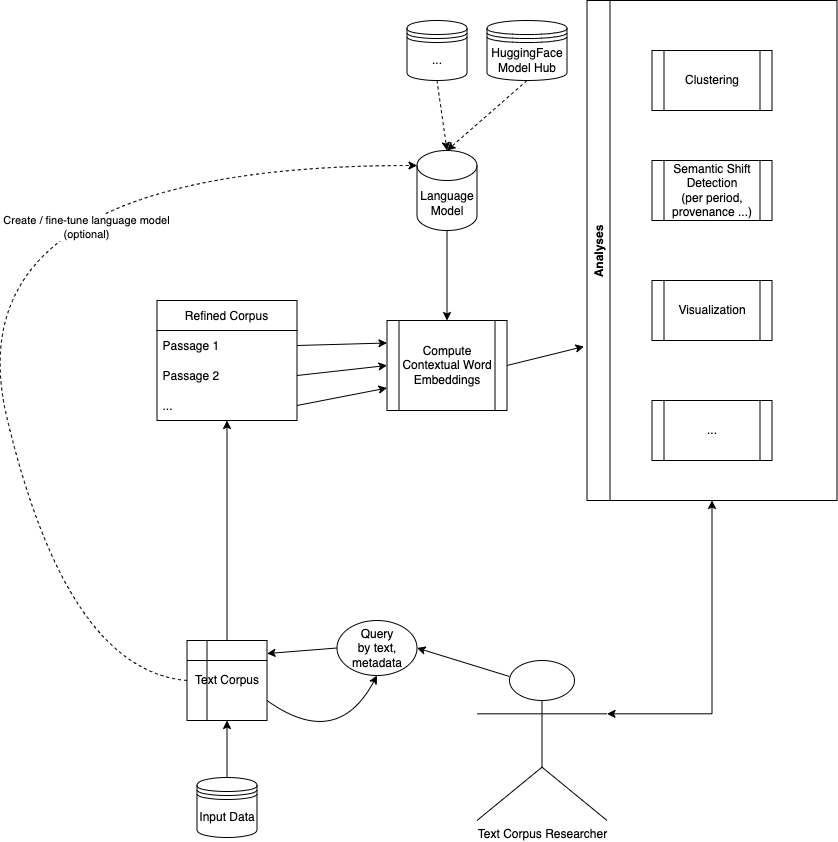
The draw.io diagram docs/workflow.png in Semantics-of-Sustainability/tempo-embeddings, before a commit. Source tidied: cells renumbered, new cells last; positions are measured from the earlier drawing's top-left corner, leaving out a move shared by most shapes. Source of this version:
```xml
<mxGraphModel>
  <root>
    <mxCell id="0" />
    <mxCell id="1" parent="0" />
    <mxCell id="2" value="Refined Corpus" style="swimlane;fontStyle=0;horizontal=1;startSize=30;" parent="1" vertex="1">
      <mxGeometry x="210" y="300" width="140" height="120" as="geometry" />
    </mxCell>
    <mxCell id="3" value="Passage 1" style="text;strokeColor=none;fillColor=none;align=left;verticalAlign=middle;spacingLeft=4;spacingRight=4;overflow=hidden;points=[[0,0.5],[1,0.5]];portConstraint=eastwest;" parent="2" vertex="1">
      <mxGeometry y="30" width="140" height="30" as="geometry" />
    </mxCell>
    <mxCell id="4" value="Passage 2" style="text;strokeColor=none;fillColor=none;align=left;verticalAlign=middle;spacingLeft=4;spacingRight=4;overflow=hidden;points=[[0,0.5],[1,0.5]];portConstraint=eastwest;" parent="2" vertex="1">
      <mxGeometry y="60" width="140" height="30" as="geometry" />
    </mxCell>
    <mxCell id="5" value="..." style="text;strokeColor=none;fillColor=none;align=left;verticalAlign=middle;spacingLeft=4;spacingRight=4;overflow=hidden;points=[[0,0.5],[1,0.5]];portConstraint=eastwest;" parent="2" vertex="1">
      <mxGeometry y="90" width="140" height="30" as="geometry" />
    </mxCell>
    <mxCell id="6" value="Compute Contextual Word Embeddings" style="shape=process;whiteSpace=wrap;html=1;backgroundOutline=1;" parent="1" vertex="1">
      <mxGeometry x="440" y="320" width="120" height="90" as="geometry" />
    </mxCell>
    <mxCell id="7" style="endArrow=classic;html=1;rounded=0;exitX=1;exitY=0.5;exitDx=0;exitDy=0;entryX=0;entryY=0.25;entryDx=0;entryDy=0;" parent="1" edge="1" source="3" target="6">
      <mxGeometry relative="1" as="geometry" />
    </mxCell>
    <mxCell id="8" style="endArrow=classic;html=1;rounded=0;exitX=1;exitY=0.5;exitDx=0;exitDy=0;entryX=0;entryY=0.5;entryDx=0;entryDy=0;" parent="1" edge="1" source="4" target="6">
      <mxGeometry relative="1" as="geometry" />
    </mxCell>
    <mxCell id="9" style="endArrow=classic;html=1;rounded=0;exitX=1;exitY=0.5;exitDx=0;exitDy=0;entryX=0;entryY=0.75;entryDx=0;entryDy=0;" parent="1" edge="1" source="5" target="6">
      <mxGeometry relative="1" as="geometry" />
    </mxCell>
    <mxCell id="10" value="Analyses" style="swimlane;horizontal=0;" parent="1" vertex="1">
      <mxGeometry x="640" width="250" height="500" as="geometry" />
    </mxCell>
    <mxCell id="11" value="Clustering" style="shape=process;whiteSpace=wrap;html=1;backgroundOutline=1;" parent="10" vertex="1">
      <mxGeometry x="65" y="50" width="120" height="60" as="geometry" />
    </mxCell>
    <mxCell id="12" value="Visualization" style="shape=process;whiteSpace=wrap;html=1;backgroundOutline=1;" parent="10" vertex="1">
      <mxGeometry x="65" y="280" width="120" height="60" as="geometry" />
    </mxCell>
    <mxCell id="13" value="Semantic Shift Detection&lt;br&gt;(per period, provenance ...)" style="shape=process;whiteSpace=wrap;html=1;backgroundOutline=1;" parent="10" vertex="1">
      <mxGeometry x="65" y="160" width="120" height="60" as="geometry" />
    </mxCell>
    <mxCell id="14" value="..." style="shape=process;whiteSpace=wrap;html=1;backgroundOutline=1;" parent="10" vertex="1">
      <mxGeometry x="65" y="400" width="120" height="60" as="geometry" />
    </mxCell>
    <mxCell id="15" value="Text Corpus Researcher" style="shape=umlActor;verticalLabelPosition=bottom;verticalAlign=top;html=1;outlineConnect=0;" parent="1" vertex="1">
      <mxGeometry x="530" y="660" width="130" height="160" as="geometry" />
    </mxCell>
    <mxCell id="16" value="Text Corpus" style="shape=internalStorage;whiteSpace=wrap;html=1;backgroundOutline=1;" parent="1" vertex="1">
      <mxGeometry x="240" y="640" width="80" height="80" as="geometry" />
    </mxCell>
    <mxCell id="17" value="Query&lt;br&gt;by text, metadata" style="ellipse;whiteSpace=wrap;html=1;" parent="1" vertex="1">
      <mxGeometry x="390" y="620" width="80" height="55" as="geometry" />
    </mxCell>
    <mxCell id="18" style="endArrow=classic;html=1;rounded=0;exitX=0.25;exitY=0.1;exitDx=0;exitDy=0;exitPerimeter=0;entryX=1;entryY=0.5;entryDx=0;entryDy=0;" parent="1" edge="1" source="15" target="17">
      <mxGeometry relative="1" as="geometry" />
    </mxCell>
    <mxCell id="19" style="endArrow=classic;html=1;rounded=0;entryX=1;entryY=0.163;entryDx=0;entryDy=0;entryPerimeter=0;exitX=0;exitY=0.5;exitDx=0;exitDy=0;" parent="1" edge="1" source="17" target="16">
      <mxGeometry relative="1" as="geometry" />
    </mxCell>
    <mxCell id="20" style="endArrow=classic;html=1;rounded=0;exitX=0.5;exitY=0;exitDx=0;exitDy=0;entryX=0.5;entryY=1;entryDx=0;entryDy=0;" parent="1" edge="1" source="16" target="2">
      <mxGeometry relative="1" as="geometry" />
    </mxCell>
    <mxCell id="21" style="endArrow=classic;html=1;rounded=0;entryX=-0.012;entryY=0.692;entryDx=0;entryDy=0;entryPerimeter=0;exitX=1;exitY=0.5;exitDx=0;exitDy=0;" parent="1" edge="1" source="6" target="10">
      <mxGeometry relative="1" as="geometry" />
    </mxCell>
    <mxCell id="22" style="endArrow=classic;html=1;rounded=0;edgeStyle=orthogonalEdgeStyle;entryX=1;entryY=0.3333333333333333;entryDx=0;entryDy=0;entryPerimeter=0;startArrow=classic;startFill=1;exitX=0.5;exitY=1;exitDx=0;exitDy=0;" parent="1" edge="1" source="10" target="15">
      <mxGeometry relative="1" as="geometry" />
    </mxCell>
    <mxCell id="23" value="Language Model" style="shape=cylinder3;whiteSpace=wrap;html=1;boundedLbl=1;backgroundOutline=1;size=15;" parent="1" vertex="1">
      <mxGeometry x="470" y="150" width="60" height="80" as="geometry" />
    </mxCell>
    <mxCell id="24" style="endArrow=classic;html=1;rounded=0;exitX=0.5;exitY=1;exitDx=0;exitDy=0;exitPerimeter=0;entryX=0.5;entryY=0;entryDx=0;entryDy=0;" parent="1" edge="1" source="23" target="6">
      <mxGeometry relative="1" as="geometry" />
    </mxCell>
    <mxCell id="25" style="curved=1;endArrow=classic;html=1;rounded=0;exitX=0;exitY=0.5;exitDx=0;exitDy=0;entryX=0;entryY=0;entryDx=0;entryDy=15;entryPerimeter=0;dashed=1;" parent="1" edge="1" source="16" target="23">
      <mxGeometry relative="1" as="geometry">
        <Array as="points">
          <mxPoint x="120" y="670" />
          <mxPoint y="165" />
        </Array>
      </mxGeometry>
    </mxCell>
    <mxCell id="26" value="Create / fine-tune language model &lt;br&gt;(optional)" style="edgeLabel;html=1;align=center;verticalAlign=middle;" parent="25" vertex="1">
      <mxGeometry x="0.4" y="-61" relative="1" as="geometry" />
    </mxCell>
    <mxCell id="27" value="Input Data" style="shape=datastore;whiteSpace=wrap;html=1;" parent="1" vertex="1">
      <mxGeometry x="250" y="777" width="60" height="60" as="geometry" />
    </mxCell>
    <mxCell id="28" style="endArrow=classic;html=1;exitX=0.5;exitY=0;exitDx=0;exitDy=0;entryX=0.5;entryY=1;entryDx=0;entryDy=0;" parent="1" edge="1" source="27" target="16">
      <mxGeometry relative="1" as="geometry" />
    </mxCell>
    <mxCell id="29" style="curved=1;endArrow=classic;html=1;exitX=1;exitY=0.75;exitDx=0;exitDy=0;entryX=0.5;entryY=1;entryDx=0;entryDy=0;" parent="1" edge="1" source="16" target="17">
      <mxGeometry relative="1" as="geometry">
        <Array as="points">
          <mxPoint x="390" y="750" />
        </Array>
      </mxGeometry>
    </mxCell>
    <mxCell id="30" value="HuggingFace&lt;br&gt;Model Hub" style="shape=datastore;whiteSpace=wrap;html=1;" parent="1" vertex="1">
      <mxGeometry x="540" y="20" width="80" height="60" as="geometry" />
    </mxCell>
    <mxCell id="31" value="..." style="shape=datastore;whiteSpace=wrap;html=1;" parent="1" vertex="1">
      <mxGeometry x="460" y="20" width="60" height="60" as="geometry" />
    </mxCell>
    <mxCell id="32" style="endArrow=classic;html=1;dashed=1;entryX=0.5;entryY=0;entryDx=0;entryDy=0;entryPerimeter=0;exitX=0.5;exitY=1;exitDx=0;exitDy=0;" parent="1" edge="1" source="31" target="23">
      <mxGeometry relative="1" as="geometry" />
    </mxCell>
    <mxCell id="33" style="endArrow=classic;html=1;dashed=1;entryX=0.5;entryY=0;entryDx=0;entryDy=0;entryPerimeter=0;exitX=0.5;exitY=1;exitDx=0;exitDy=0;" parent="1" edge="1" source="30" target="23">
      <mxGeometry relative="1" as="geometry" />
    </mxCell>
  </root>
</mxGraphModel>
```
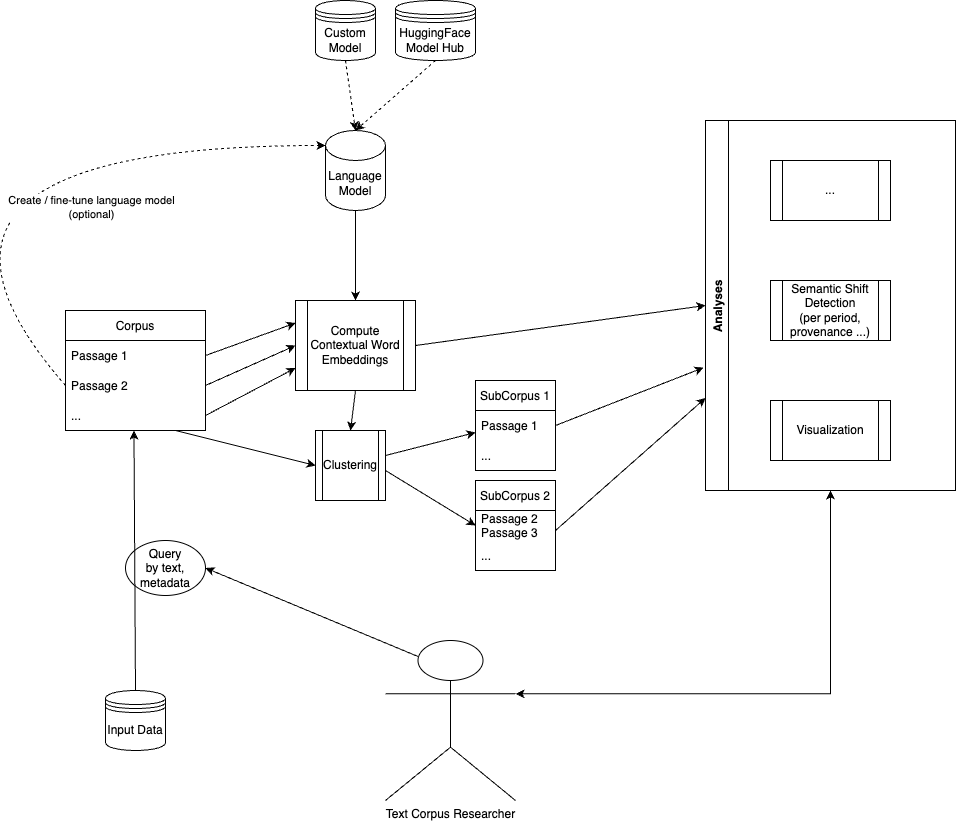
Later version of the same file.

Change to the diagram source:
```diff
@@ -2,8 +2,8 @@
   <root>
     <mxCell id="0" />
     <mxCell id="1" parent="0" />
-    <mxCell id="2" value="Refined Corpus" style="swimlane;fontStyle=0;horizontal=1;startSize=30;" parent="1" vertex="1">
-      <mxGeometry x="210" y="300" width="140" height="120" as="geometry" />
+    <mxCell id="2" value="Corpus" style="swimlane;fontStyle=0;horizontal=1;startSize=30;" parent="1" vertex="1">
+      <mxGeometry x="210" y="330" width="140" height="120" as="geometry" />
     </mxCell>
     <mxCell id="3" value="Passage 1" style="text;strokeColor=none;fillColor=none;align=left;verticalAlign=middle;spacingLeft=4;spacingRight=4;overflow=hidden;points=[[0,0.5],[1,0.5]];portConstraint=eastwest;" parent="2" vertex="1">
       <mxGeometry y="30" width="140" height="30" as="geometry" />
@@ -14,6 +14,11 @@
     <mxCell id="5" value="..." style="text;strokeColor=none;fillColor=none;align=left;verticalAlign=middle;spacingLeft=4;spacingRight=4;overflow=hidden;points=[[0,0.5],[1,0.5]];portConstraint=eastwest;" parent="2" vertex="1">
       <mxGeometry y="90" width="140" height="30" as="geometry" />
     </mxCell>
+    <mxCell id="34" style="endArrow=classic;html=1;rounded=0;exitX=1;exitY=0.5;exitDx=0;exitDy=0;entryX=0;entryY=0.5;entryDx=0;entryDy=0;" parent="2" edge="1" target="11">
+      <mxGeometry relative="1" as="geometry">
+        <mxPoint x="110" y="120" as="sourcePoint" />
+      </mxGeometry>
+    </mxCell>
     <mxCell id="6" value="Compute Contextual Word Embeddings" style="shape=process;whiteSpace=wrap;html=1;backgroundOutline=1;" parent="1" vertex="1">
       <mxGeometry x="440" y="320" width="120" height="90" as="geometry" />
     </mxCell>
@@ -27,11 +32,8 @@
       <mxGeometry relative="1" as="geometry" />
     </mxCell>
     <mxCell id="10" value="Analyses" style="swimlane;horizontal=0;" parent="1" vertex="1">
-      <mxGeometry x="640" width="250" height="500" as="geometry" />
+      <mxGeometry x="850" y="140" width="250" height="370" as="geometry" />
     </mxCell>
-    <mxCell id="11" value="Clustering" style="shape=process;whiteSpace=wrap;html=1;backgroundOutline=1;" parent="10" vertex="1">
-      <mxGeometry x="65" y="50" width="120" height="60" as="geometry" />
-    </mxCell>
     <mxCell id="12" value="Visualization" style="shape=process;whiteSpace=wrap;html=1;backgroundOutline=1;" parent="10" vertex="1">
       <mxGeometry x="65" y="280" width="120" height="60" as="geometry" />
     </mxCell>
@@ -39,27 +41,18 @@
       <mxGeometry x="65" y="160" width="120" height="60" as="geometry" />
     </mxCell>
     <mxCell id="14" value="..." style="shape=process;whiteSpace=wrap;html=1;backgroundOutline=1;" parent="10" vertex="1">
-      <mxGeometry x="65" y="400" width="120" height="60" as="geometry" />
+      <mxGeometry x="65" y="40" width="120" height="60" as="geometry" />
     </mxCell>
     <mxCell id="15" value="Text Corpus Researcher" style="shape=umlActor;verticalLabelPosition=bottom;verticalAlign=top;html=1;outlineConnect=0;" parent="1" vertex="1">
       <mxGeometry x="530" y="660" width="130" height="160" as="geometry" />
     </mxCell>
-    <mxCell id="16" value="Text Corpus" style="shape=internalStorage;whiteSpace=wrap;html=1;backgroundOutline=1;" parent="1" vertex="1">
-      <mxGeometry x="240" y="640" width="80" height="80" as="geometry" />
-    </mxCell>
+    <mxCell id="18" style="endArrow=classic;html=1;rounded=0;exitX=0.25;exitY=0.1;exitDx=0;exitDy=0;exitPerimeter=0;entryX=1;entryY=0.5;entryDx=0;entryDy=0;" parent="1" edge="1" source="15" target="17">
+      <mxGeometry relative="1" as="geometry" />
+    </mxCell>
     <mxCell id="17" value="Query&lt;br&gt;by text, metadata" style="ellipse;whiteSpace=wrap;html=1;" parent="1" vertex="1">
-      <mxGeometry x="390" y="620" width="80" height="55" as="geometry" />
+      <mxGeometry x="270" y="560" width="80" height="55" as="geometry" />
     </mxCell>
-    <mxCell id="18" style="endArrow=classic;html=1;rounded=0;exitX=0.25;exitY=0.1;exitDx=0;exitDy=0;exitPerimeter=0;entryX=1;entryY=0.5;entryDx=0;entryDy=0;" parent="1" edge="1" source="15" target="17">
-      <mxGeometry relative="1" as="geometry" />
-    </mxCell>
-    <mxCell id="19" style="endArrow=classic;html=1;rounded=0;entryX=1;entryY=0.163;entryDx=0;entryDy=0;entryPerimeter=0;exitX=0;exitY=0.5;exitDx=0;exitDy=0;" parent="1" edge="1" source="17" target="16">
-      <mxGeometry relative="1" as="geometry" />
-    </mxCell>
-    <mxCell id="20" style="endArrow=classic;html=1;rounded=0;exitX=0.5;exitY=0;exitDx=0;exitDy=0;entryX=0.5;entryY=1;entryDx=0;entryDy=0;" parent="1" edge="1" source="16" target="2">
-      <mxGeometry relative="1" as="geometry" />
-    </mxCell>
-    <mxCell id="21" style="endArrow=classic;html=1;rounded=0;entryX=-0.012;entryY=0.692;entryDx=0;entryDy=0;entryPerimeter=0;exitX=1;exitY=0.5;exitDx=0;exitDy=0;" parent="1" edge="1" source="6" target="10">
+    <mxCell id="21" style="endArrow=classic;html=1;rounded=0;entryX=0;entryY=0.5;entryDx=0;entryDy=0;exitX=1;exitY=0.5;exitDx=0;exitDy=0;" parent="1" edge="1" source="6" target="10">
       <mxGeometry relative="1" as="geometry" />
     </mxCell>
     <mxCell id="22" style="endArrow=classic;html=1;rounded=0;edgeStyle=orthogonalEdgeStyle;entryX=1;entryY=0.3333333333333333;entryDx=0;entryDy=0;entryPerimeter=0;startArrow=classic;startFill=1;exitX=0.5;exitY=1;exitDx=0;exitDy=0;" parent="1" edge="1" source="10" target="15">
@@ -71,10 +64,9 @@
     <mxCell id="24" style="endArrow=classic;html=1;rounded=0;exitX=0.5;exitY=1;exitDx=0;exitDy=0;exitPerimeter=0;entryX=0.5;entryY=0;entryDx=0;entryDy=0;" parent="1" edge="1" source="23" target="6">
       <mxGeometry relative="1" as="geometry" />
     </mxCell>
-    <mxCell id="25" style="curved=1;endArrow=classic;html=1;rounded=0;exitX=0;exitY=0.5;exitDx=0;exitDy=0;entryX=0;entryY=0;entryDx=0;entryDy=15;entryPerimeter=0;dashed=1;" parent="1" edge="1" source="16" target="23">
+    <mxCell id="25" style="curved=1;endArrow=classic;html=1;rounded=0;exitX=0;exitY=0.5;exitDx=0;exitDy=0;entryX=0;entryY=0;entryDx=0;entryDy=15;entryPerimeter=0;dashed=1;" parent="1" edge="1" source="4" target="23">
       <mxGeometry relative="1" as="geometry">
         <Array as="points">
-          <mxPoint x="120" y="670" />
           <mxPoint y="165" />
         </Array>
       </mxGeometry>
@@ -83,22 +75,15 @@
       <mxGeometry x="0.4" y="-61" relative="1" as="geometry" />
     </mxCell>
     <mxCell id="27" value="Input Data" style="shape=datastore;whiteSpace=wrap;html=1;" parent="1" vertex="1">
-      <mxGeometry x="250" y="777" width="60" height="60" as="geometry" />
+      <mxGeometry x="250" y="710" width="60" height="60" as="geometry" />
     </mxCell>
-    <mxCell id="28" style="endArrow=classic;html=1;exitX=0.5;exitY=0;exitDx=0;exitDy=0;entryX=0.5;entryY=1;entryDx=0;entryDy=0;" parent="1" edge="1" source="27" target="16">
+    <mxCell id="28" style="endArrow=classic;html=1;exitX=0.5;exitY=0;exitDx=0;exitDy=0;entryX=0.489;entryY=1;entryDx=0;entryDy=0;entryPerimeter=0;" parent="1" edge="1" source="27" target="5">
       <mxGeometry relative="1" as="geometry" />
     </mxCell>
-    <mxCell id="29" style="curved=1;endArrow=classic;html=1;exitX=1;exitY=0.75;exitDx=0;exitDy=0;entryX=0.5;entryY=1;entryDx=0;entryDy=0;" parent="1" edge="1" source="16" target="17">
-      <mxGeometry relative="1" as="geometry">
-        <Array as="points">
-          <mxPoint x="390" y="750" />
-        </Array>
-      </mxGeometry>
-    </mxCell>
     <mxCell id="30" value="HuggingFace&lt;br&gt;Model Hub" style="shape=datastore;whiteSpace=wrap;html=1;" parent="1" vertex="1">
       <mxGeometry x="540" y="20" width="80" height="60" as="geometry" />
     </mxCell>
-    <mxCell id="31" value="..." style="shape=datastore;whiteSpace=wrap;html=1;" parent="1" vertex="1">
+    <mxCell id="31" value="Custom Model" style="shape=datastore;whiteSpace=wrap;html=1;" parent="1" vertex="1">
       <mxGeometry x="460" y="20" width="60" height="60" as="geometry" />
     </mxCell>
     <mxCell id="32" style="endArrow=classic;html=1;dashed=1;entryX=0.5;entryY=0;entryDx=0;entryDy=0;entryPerimeter=0;exitX=0.5;exitY=1;exitDx=0;exitDy=0;" parent="1" edge="1" source="31" target="23">
@@ -107,5 +92,47 @@
     <mxCell id="33" style="endArrow=classic;html=1;dashed=1;entryX=0.5;entryY=0;entryDx=0;entryDy=0;entryPerimeter=0;exitX=0.5;exitY=1;exitDx=0;exitDy=0;" parent="1" edge="1" source="30" target="23">
       <mxGeometry relative="1" as="geometry" />
     </mxCell>
+    <mxCell id="11" value="Clustering" style="shape=process;whiteSpace=wrap;html=1;backgroundOutline=1;" parent="1" vertex="1">
+      <mxGeometry x="460" y="450" width="70" height="70" as="geometry" />
+    </mxCell>
+    <mxCell id="35" style="endArrow=classic;html=1;exitX=0.5;exitY=1;exitDx=0;exitDy=0;entryX=0.5;entryY=0;entryDx=0;entryDy=0;" parent="1" edge="1" source="6" target="11">
+      <mxGeometry relative="1" as="geometry" />
+    </mxCell>
+    <mxCell id="36" value="SubCorpus 1" style="swimlane;fontStyle=0;horizontal=1;startSize=30;" parent="1" vertex="1">
+      <mxGeometry x="620" y="400" width="80" height="90" as="geometry" />
+    </mxCell>
+    <mxCell id="37" value="Passage 1" style="text;strokeColor=none;fillColor=none;align=left;verticalAlign=middle;spacingLeft=4;spacingRight=4;overflow=hidden;points=[[0,0.5],[1,0.5]];portConstraint=eastwest;" parent="36" vertex="1">
+      <mxGeometry y="30" width="80" height="30" as="geometry" />
+    </mxCell>
+    <mxCell id="38" value="..." style="text;strokeColor=none;fillColor=none;align=left;verticalAlign=middle;spacingLeft=4;spacingRight=4;overflow=hidden;" parent="36" vertex="1">
+      <mxGeometry y="60" width="80" height="30" as="geometry" />
+    </mxCell>
+    <mxCell id="39" value="SubCorpus 2" style="swimlane;fontStyle=0;horizontal=1;startSize=30;" parent="1" vertex="1">
+      <mxGeometry x="620" y="500" width="80" height="90" as="geometry" />
+    </mxCell>
+    <mxCell id="40" value="Passage 2&#10;Passage 3" style="text;strokeColor=none;fillColor=none;align=left;verticalAlign=middle;spacingLeft=4;spacingRight=4;overflow=hidden;points=[[0,0.5],[1,0.5]];portConstraint=eastwest;" parent="39" vertex="1">
+      <mxGeometry y="30" width="80" height="30" as="geometry" />
+    </mxCell>
+    <mxCell id="41" value="..." style="text;strokeColor=none;fillColor=none;align=left;verticalAlign=middle;spacingLeft=4;spacingRight=4;overflow=hidden;" parent="39" vertex="1">
+      <mxGeometry y="60" width="80" height="30" as="geometry" />
+    </mxCell>
+    <mxCell id="42" style="endArrow=classic;html=1;rounded=0;exitX=1;exitY=0.5;exitDx=0;exitDy=0;entryX=0;entryY=0.733;entryDx=0;entryDy=0;entryPerimeter=0;" parent="1" edge="1" target="37">
+      <mxGeometry relative="1" as="geometry">
+        <mxPoint x="530" y="475" as="sourcePoint" />
+      </mxGeometry>
+    </mxCell>
+    <mxCell id="43" style="endArrow=classic;html=1;rounded=0;exitX=1;exitY=0.5;exitDx=0;exitDy=0;entryX=0;entryY=0.5;entryDx=0;entryDy=0;" parent="1" edge="1" target="40">
+      <mxGeometry relative="1" as="geometry">
+        <mxPoint x="530" y="490" as="sourcePoint" />
+      </mxGeometry>
+    </mxCell>
+    <mxCell id="44" style="endArrow=classic;html=1;rounded=0;entryX=-0.008;entryY=0.668;entryDx=0;entryDy=0;exitX=1;exitY=0.5;exitDx=0;exitDy=0;entryPerimeter=0;" parent="1" edge="1" source="37" target="10">
+      <mxGeometry relative="1" as="geometry" />
+    </mxCell>
+    <mxCell id="45" style="endArrow=classic;html=1;rounded=0;entryX=0;entryY=0.75;entryDx=0;entryDy=0;exitX=1;exitY=0.5;exitDx=0;exitDy=0;" parent="1" edge="1" target="10">
+      <mxGeometry relative="1" as="geometry">
+        <mxPoint x="700" y="550" as="sourcePoint" />
+      </mxGeometry>
+    </mxCell>
   </root>
 </mxGraphModel>
```
